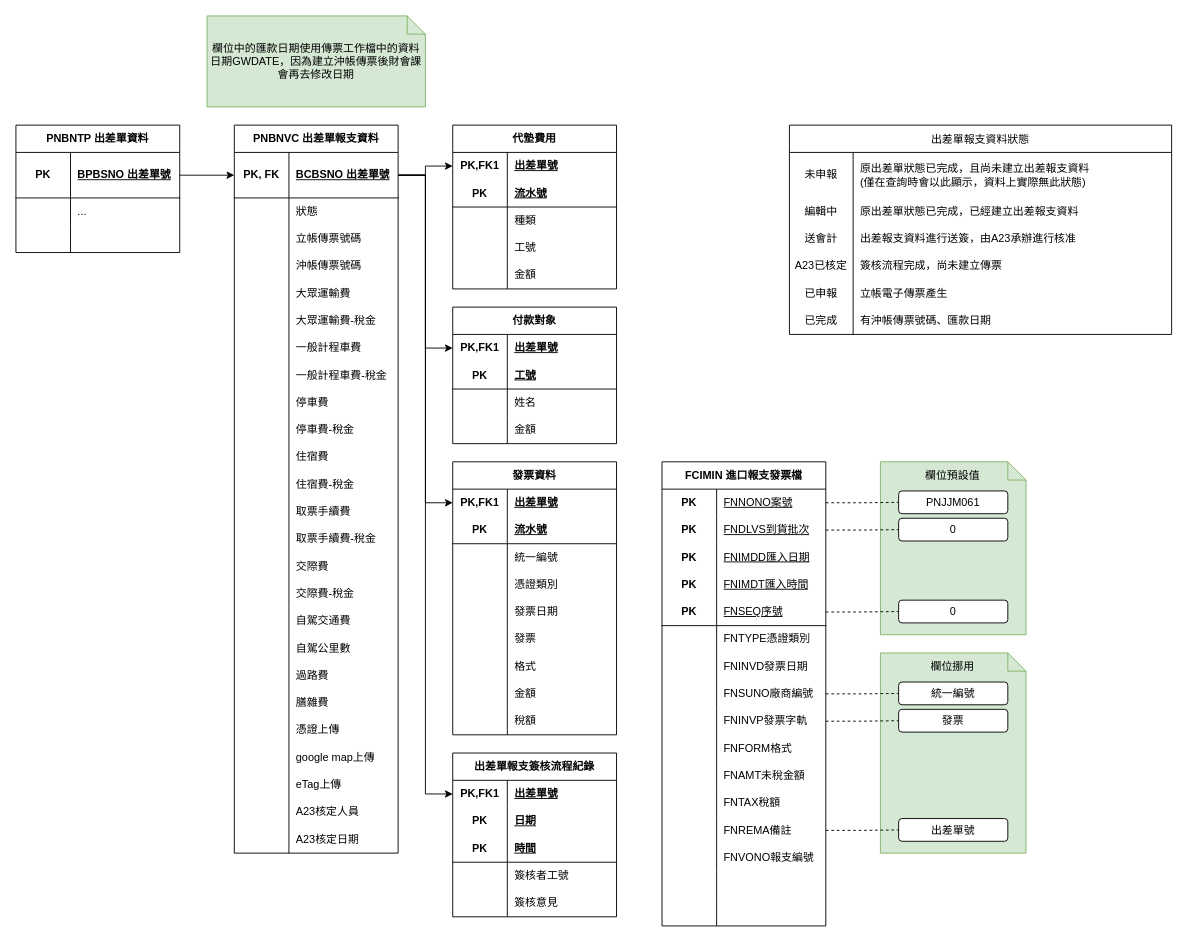
Before: page "table" (1 of 2) of activity/出差單報支.drawio in Pan-A321/FH_Drawing, a draw.io diagram. Source tidied: cells renumbered, new cells numbered last; positions are measured from the earlier drawing's top-left corner, leaving out a move shared by most shapes. Both pictures are drawn from the tidied source at 91%, with x=0, y=0 at pixel (15, 15).
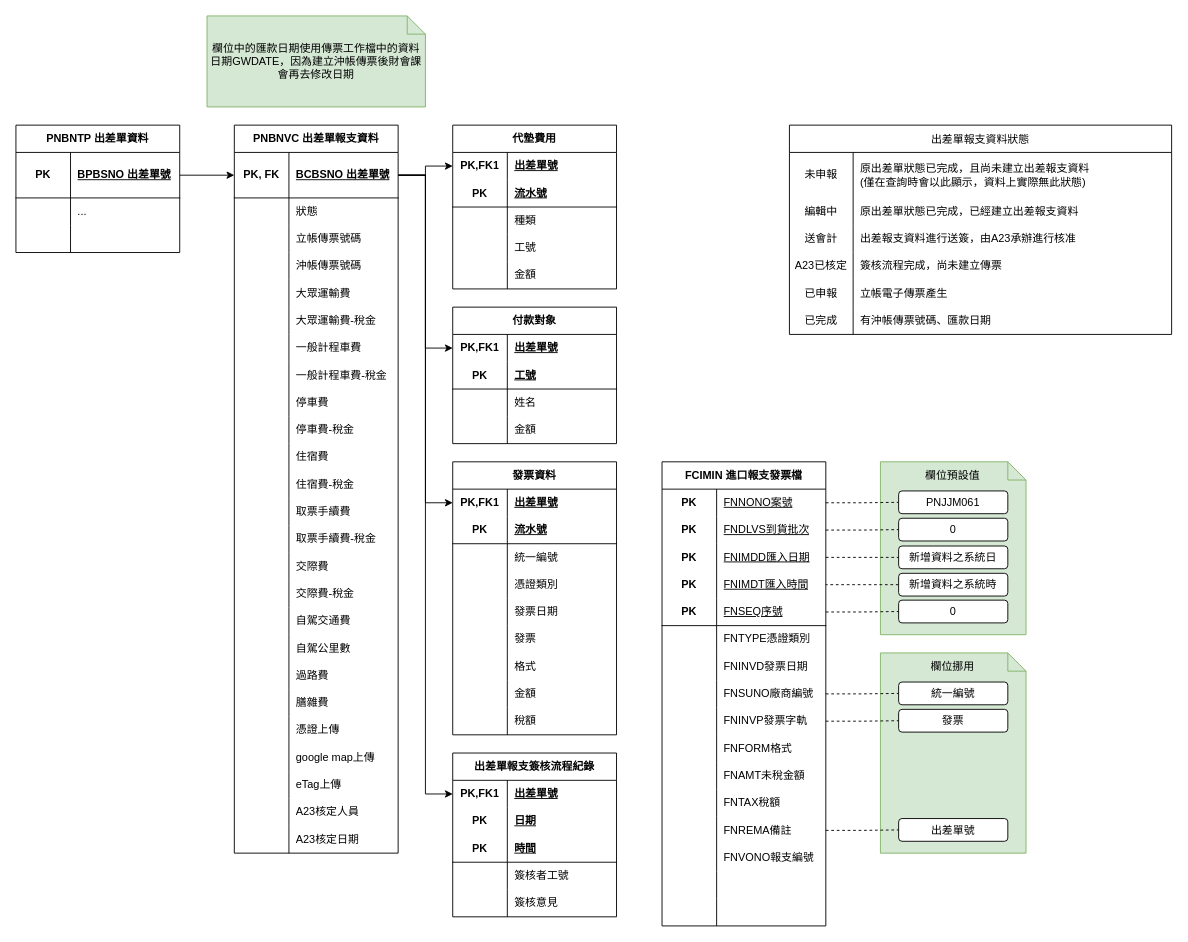
The same page after the edit.

Commit message:
更新出差單報支.drawio

Unchanged cells that the change refers to:
```xml
<mxCell id="195" style="shape=tableRow;horizontal=0;startSize=0;swimlaneHead=0;swimlaneBody=0;fillColor=none;points=[[0,0.5],[1,0.5]];portConstraint=eastwest;top=0;left=0;right=0;bottom=0;html=1;" parent="188" vertex="1">
  <mxGeometry y="90" width="180" height="30" as="geometry" />
</mxCell>
<mxCell id="198" style="shape=tableRow;horizontal=0;startSize=0;swimlaneHead=0;swimlaneBody=0;fillColor=none;points=[[0,0.5],[1,0.5]];portConstraint=eastwest;top=0;left=0;right=0;bottom=0;html=1;" parent="188" vertex="1">
  <mxGeometry y="120" width="180" height="30" as="geometry" />
</mxCell>
```

The edit, as a diff of the source:
```diff
@@
+    <mxCell id="251" value="新增資料之系統日" style="rounded=1;whiteSpace=wrap;html=1;fontSize=12;glass=0;strokeWidth=1;shadow=0;" parent="1" vertex="1">
+      <mxGeometry x="970" y="582.5" width="120" height="25" as="geometry" />
+    </mxCell>
+    <mxCell id="252" style="edgeStyle=orthogonalEdgeStyle;rounded=0;jettySize=auto;html=1;entryX=0;entryY=0.5;entryDx=0;entryDy=0;endArrow=none;endFill=0;dashed=1;" parent="1" edge="1" source="195" target="251">
+      <mxGeometry relative="1" as="geometry" />
+    </mxCell>
+    <mxCell id="253" style="edgeStyle=orthogonalEdgeStyle;rounded=0;jettySize=auto;html=1;endArrow=none;endFill=0;dashed=1;" parent="1" edge="1" source="254" target="198">
+      <mxGeometry relative="1" as="geometry" />
+    </mxCell>
+    <mxCell id="254" value="新增資料之系統時" style="rounded=1;whiteSpace=wrap;html=1;fontSize=12;glass=0;strokeWidth=1;shadow=0;" parent="1" vertex="1">
+      <mxGeometry x="970" y="612.5" width="120" height="25" as="geometry" />
+    </mxCell>
```
